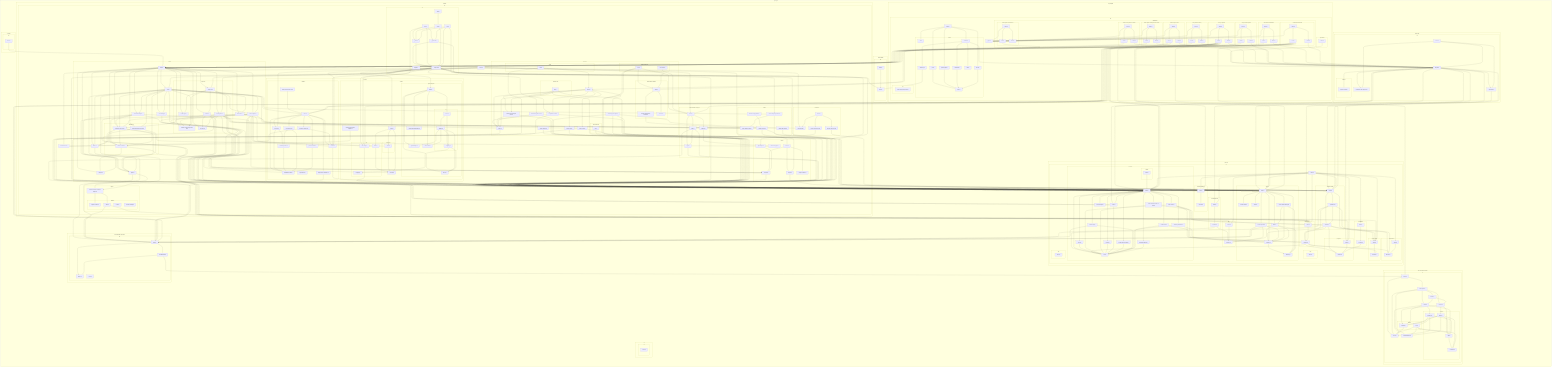
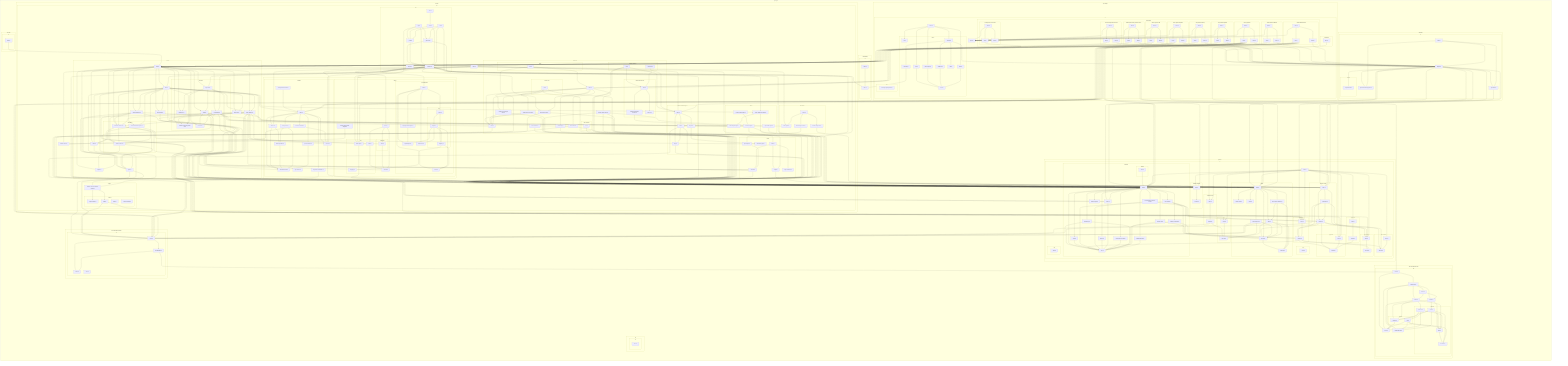
flowchart LR

subgraph 0["packages"]
subgraph 1["cli"]
subgraph 2["src"]
3["index.ts"]
end
end
subgraph 4["client-sdk"]
subgraph 5["src"]
6["firegrid.ts"]
subgraph 7["internal"]
8["projection-wait.ts"]
end
9["operations.ts"]
U["permission-auto-approve.ts"]
26["index.ts"]
end
end
subgraph A["protocol"]
subgraph B["src"]
subgraph C["session-facade"]
D["index.ts"]
H["operations.ts"]
Q["schema.ts"]
end
subgraph E["agent-output"]
F["index.ts"]
G["schema.ts"]
end
subgraph I["agent-tools"]
J["schema.ts"]
V["index.ts"]
end
subgraph K["channels"]
L["core.ts"]
W["index.ts"]
X["event.ts"]
Y["host-control.ts"]
Z["host-sessions-create-or-load.ts"]
10["human.ts"]
11["router.ts"]
12["session-agent-output.ts"]
13["session-log.ts"]
1Q["session-permission.ts"]
1R["session-self.ts"]
1S["state-changes.ts"]
1T["verified-webhook.ts"]
subgraph 47["human"]
48["index.ts"]
end
end
subgraph M["observations"]
N["schema.ts"]
4A["index.ts"]
end
subgraph O["projection"]
P["schema.ts"]
22["index.ts"]
end
subgraph R["launch"]
S["schema.ts"]
T["authority.ts"]
1U["index.ts"]
1V["control-request.ts"]
1Y["host-context-authority.ts"]
1Z["table.ts"]
20["runtime-start.ts"]
21["views.ts"]
end
subgraph 1W["otel"]
1X["row-otel.ts"]
2P["index.ts"]
end
subgraph 23["runtime-ingress"]
24["index.ts"]
25["schema.ts"]
end
subgraph 45["acp"]
46["index.ts"]
end
49["index.ts"]
subgraph 4B["operations"]
4C["index.ts"]
4D["schema.ts"]
end
subgraph 4E["verified-webhook"]
4F["index.ts"]
4G["schema.ts"]
end
subgraph 4H["mcp"]
4I["index.ts"]
end
end
end
subgraph 14["effect-durable-operators"]
subgraph 15["src"]
16["index.ts"]
17["DurableTable.ts"]
18["Errors.ts"]
27["react.ts"]
end
end
subgraph 19["effect-durable-streams"]
subgraph 1A["src"]
1B["index.ts"]
1C["errors.ts"]
1D["namespace.ts"]
1E["Bound.ts"]
1F["Reader.ts"]
subgraph 1G["internal"]
1H["schema.ts"]
1N["sse.ts"]
end
subgraph 1I["protocol"]
1J["Http.ts"]
1K["constants.ts"]
1L["Read.ts"]
1P["Producer.ts"]
end
1M["DurableStream.ts"]
1O["Writer.ts"]
end
end
subgraph 28["host-sdk"]
subgraph 29["src"]
2A["index.ts"]
end
end
subgraph 2B["runtime"]
subgraph 2C["src"]
subgraph 2D["unified"]
2E["index.ts"]
2F["adapter.ts"]
2G["channel-bindings.ts"]
2J["signal.ts"]
subgraph 2Q["subscribers"]
2R["permission-and-tool.ts"]
2T["runtime-context.ts"]
3R["scheduled-webhook-peer.ts"]
end
2S["tables.ts"]
2U["codec-adapter.ts"]
subgraph 37["mcp-host"]
38["runtime-context-mcp-base-url.ts"]
3T["mcp-host.ts"]
3U["toolkit-layer.ts"]
3V["toolkit.ts"]
3W["tool-error.ts"]
3X["tool-dispatch.ts"]
end
39["host-identity.ts"]
3A["host.ts"]
3M["observers.ts"]
end
subgraph 2H["events"]
2I["contract.ts"]
3O["index.ts"]
3P["output.ts"]
3Q["stage-contracts.ts"]
3S["webhook-crypto.ts"]
5L["agent-input.ts"]
end
subgraph 2K["engine"]
2L["durable-streams-workflow-engine.ts"]
subgraph 2M["internal"]
2N["engine-runtime.ts"]
2O["table.ts"]
5J["codec.ts"]
5K["contract-activity.ts"]
end
end
subgraph 2V["sources"]
subgraph 2W["codecs"]
subgraph 2X["acp"]
2Y["index.ts"]
4N["stdio-edge.ts"]
5W["mapping.ts"]
end
2Z["contract.ts"]
subgraph 30["stdio-jsonl"]
31["index.ts"]
end
subgraph 5N["agent-adapters"]
5O["index.ts"]
subgraph 5P["acp"]
5Q["index.ts"]
5R["adapter.ts"]
5V["mapping.ts"]
end
5S["AgentAdapter.ts"]
5T["current-turn.ts"]
5U["errors.ts"]
5X["LanguageModelAdapter.ts"]
end
5Y["index.ts"]
5Z["session-byte-stream-adapter.ts"]
end
subgraph 32["sandbox"]
33["SandboxProvider.ts"]
34["secrets.ts"]
3D["index.ts"]
3E["effect-ai.ts"]
3F["internal-provider.ts"]
3G["local-process.ts"]
3H["process-stream.ts"]
3I["runtime-command.ts"]
3K["supervisor-commands.ts"]
60["byte-stream.ts"]
61["local-process-from-env.ts"]
end
end
subgraph 35["tables"]
36["codec-adapter-tags.ts"]
3L["codec-adapter-providers.ts"]
3N["runtime-output.ts"]
4Y["output-table-layer.ts"]
62["runtime-output-public.ts"]
end
subgraph 3B["channels"]
3C["host-control.ts"]
3Y["router.ts"]
4M["host-plane-router.ts"]
4U["event-channel.ts"]
4V["index.ts"]
4W["session-agent-output-route.ts"]
4X["session-agent-output.ts"]
4Z["session-lifecycle-route.ts"]
50["session-log.ts"]
subgraph 51["observation-streams"]
52["index.ts"]
53["runtime-observation-streams.ts"]
54["sources.ts"]
end
subgraph 55["router"]
56["live.ts"]
end
subgraph 57["session-self"]
58["live.ts"]
end
subgraph 59["state-changes"]
5A["live.ts"]
end
subgraph 5B["verified-webhook"]
5C["live.ts"]
5I["source-live.ts"]
end
end
3J["runtime-errors.ts"]
subgraph 3Z["transforms"]
40["field-equals.ts"]
63["decode-ingress-row.ts"]
64["decode-output-row.ts"]
65["index.ts"]
end
subgraph 4J["bin"]
4K["_agent-cli.ts"]
4L["_compose.ts"]
4O["_main.ts"]
4P["acp.ts"]
4Q["firegrid.ts"]
4R["host.ts"]
4S["run.ts"]
4T["start.ts"]
end
subgraph 5D["verified-webhook-ingest"]
5E["index.ts"]
5F["adapter.ts"]
5G["keys.ts"]
5H["table.ts"]
end
5M["index.ts"]
end
end
subgraph 41["observability"]
subgraph 42["src"]
43["index.ts"]
44["node.ts"]
end
end
subgraph 66["tiny-firegrid"]
subgraph 67["src"]
subgraph 68["bin"]
69["fake-acp-agent-process.ts"]
end
subgraph 6A["experiment"]
6B["index.ts"]
end
6C["index.ts"]
subgraph 6D["runner"]
6E["list.ts"]
6F["perf.ts"]
6G["trace.ts"]
6H["phase1-gate.ts"]
6I["runtime.ts"]
6J["heartbeat.ts"]
6K["side.ts"]
6L["telemetry.ts"]
6M["show.ts"]
end
subgraph 6N["simulations"]
subgraph 6O["channel-completion-contracts"]
6P["driver.ts"]
6Q["host.ts"]
6R["index.ts"]
end
subgraph 6T["child-output-existing-channel-router"]
6U["driver.ts"]
6V["host.ts"]
6W["index.ts"]
end
subgraph 6X["codex-acp-tool-calls"]
6Y["driver.ts"]
6Z["host.ts"]
70["index.ts"]
end
subgraph 71["comp-derisk-ordering"]
72["driver.ts"]
73["host.ts"]
74["index.ts"]
end
subgraph 75["comp-sim-idempotent"]
76["driver.ts"]
77["host.ts"]
78["index.ts"]
end
subgraph 79["control-plane-cancel-close"]
7A["driver.ts"]
7B["host.ts"]
7C["index.ts"]
end
- subgraph 7D["factory-capstone"]
+ subgraph 7D["cross-agent-delegation"]
7E["driver.ts"]
7F["host.ts"]
7G["index.ts"]
end
- subgraph 7H["unified-kernel-validation"]
+ subgraph 7H["factory-capstone"]
7I["driver.ts"]
7J["host.ts"]
7K["index.ts"]
end
- subgraph 7L["verified-webhook-wait"]
+ subgraph 7L["unified-kernel-validation"]
7M["driver.ts"]
7N["host.ts"]
7O["index.ts"]
+ end
+ subgraph 7P["verified-webhook-wait"]
+ 7Q["driver.ts"]
+ 7R["host.ts"]
+ 7S["index.ts"]
end
end
6S["types.ts"]
end
end
end
6-->8
6-->9
6-->U
6-->V
6-->W
6-->11
6-->1U
6-->22
6-->24
6-->D
9-->D
D-->F
D-->H
D-->Q
F-->G
H-->J
H-->L
H-->N
H-->Q
J-->G
J-->L
J-->N
J-->P
Q-->F
Q-->J
Q-->S
Q-->N
Q-->P
S-->T
V-->J
W-->L
W-->X
W-->Y
W-->Z
W-->10
W-->11
W-->12
W-->13
W-->1Q
W-->1R
W-->1S
W-->1T
X-->L
Y-->J
Y-->S
Y-->Q
Y-->L
Z-->Q
Z-->L
10-->L
11-->L
12-->L
13-->L
13-->16
16-->17
16-->18
17-->18
17-->1B
1B-->1C
1B-->1D
1D-->1E
1D-->1M
1D-->1C
1D-->1F
1D-->1O
1E-->1F
1E-->1O
1F-->1H
1F-->1J
1F-->1L
1H-->1C
1J-->1K
1L-->1M
1L-->1H
1L-->1N
1L-->1K
1L-->1J
1N-->1M
1N-->1C
1N-->1K
1N-->1J
1O-->1C
1O-->1H
1O-->1J
1O-->1P
1P-->1C
1P-->1H
1P-->1J
1Q-->J
1Q-->L
1R-->S
1R-->L
1T-->L
1U-->T
1U-->1V
1U-->1Y
1U-->20
1U-->S
1U-->1Z
1U-->21
1V-->1X
1V-->S
1V-->16
1Y-->T
1Y-->S
1Y-->1Z
1Z-->1X
1Z-->T
1Z-->S
1Z-->16
22-->P
24-->25
25-->1X
25-->16
26-->6
26-->9
26-->U
2A-->2E
2E-->2F
2E-->2G
2E-->2U
2E-->39
2E-->3A
2E-->3T
2E-->38
2E-->3X
2E-->3W
2E-->3U
2E-->3V
2E-->3M
2E-->2J
2E-->2R
2E-->2T
2E-->3R
2E-->2S
2G-->2I
2G-->2J
2G-->2R
2G-->2T
2G-->V
2G-->W
2I-->F
2J-->2L
2J-->16
2L-->2N
2L-->2O
2O-->2P
2O-->16
2P-->1X
2R-->2I
2R-->2J
2R-->2S
2R-->2T
2S-->16
2T-->2F
2T-->2J
2U-->2I
2U-->2Y
2U-->2Z
2U-->31
2U-->33
2U-->34
2U-->36
2U-->2F
2U-->38
2U-->1U
2U-->D
2Y-->2Z
31-->2Z
34-->1U
39-->1U
3A-->3C
3A-->2L
3A-->3D
3A-->3L
3A-->2G
3A-->2U
3A-->39
3A-->38
3A-->3M
3A-->2J
3A-->2R
3A-->2T
3A-->3R
3A-->2S
3A-->1U
3C-->W
3C-->1U
3D-->3E
3D-->3G
3D-->3H
3D-->3I
3D-->33
3D-->34
3D-->3K
3E-->3F
3E-->33
3F-->33
3G-->3F
3G-->33
3H-->33
3I-->3J
3I-->34
3K-->16
3L-->36
3L-->1U
3M-->3N
3M-->2R
3N-->3O
3N-->1U
3O-->2I
3O-->3P
3O-->3Q
3P-->D
3R-->3S
3R-->2S
3T-->2U
3T-->38
3T-->3U
3T-->3V
3T-->1U
3V-->3W
3V-->V
3V-->22
3X-->3Y
3X-->36
3X-->40
3X-->2R
3X-->3W
3X-->V
3X-->W
3X-->1U
3Y-->11
43-->44
48-->W
49-->F
49-->V
49-->W
49-->1U
49-->4A
49-->4C
49-->2P
49-->22
49-->24
49-->D
49-->4F
4A-->N
4C-->4D
4D-->P
4F-->4G
4K-->4L
4K-->1U
4L-->4M
4L-->4N
4L-->34
4L-->3L
4L-->3A
4L-->3T
4L-->3X
4L-->44
4L-->W
4L-->1U
4L-->D
4M-->3Y
4M-->W
4M-->D
4N-->W
4O-->4L
4P-->4N
4P-->4K
4P-->4L
4P-->4O
4R-->4L
4R-->4O
4S-->4K
4S-->4L
4S-->4O
4S-->W
4T-->4R
4U-->W
4V-->3C
4V-->4M
4V-->3Y
4V-->4W
4V-->4X
4V-->4Z
4V-->50
4W-->3Y
4W-->W
4X-->4Y
4X-->W
4X-->1U
4X-->D
4Y-->1U
4Z-->3Y
4Z-->W
50-->W
52-->53
52-->54
53-->3N
56-->4V
56-->11
58-->3Y
58-->4W
58-->W
58-->1U
5A-->W
5C-->5E
5C-->52
5C-->W
5C-->4F
5E-->5F
5E-->5G
5E-->5H
5F-->3S
5G-->4F
5H-->5G
5H-->4F
5H-->16
5I-->5E
5L-->2I
5M-->52
5M-->3P
5M-->3J
5M-->5O
5M-->5Y
5M-->3E
5M-->34
5M-->40
5M-->5E
5O-->5Q
5O-->5S
5O-->5T
5O-->5U
5O-->5X
5Q-->5R
5Q-->5V
5R-->5S
5R-->5T
5R-->5U
5R-->5V
5V-->5W
5V-->5U
5X-->5S
5Y-->2Y
5Y-->2Z
5Y-->31
5Z-->3J
61-->3D
62-->3N
63-->5L
64-->D
65-->63
65-->64
65-->40
6B-->6
6C-->6E
6C-->6F
6C-->6H
6C-->6I
6C-->6M
6F-->6G
6H-->6G
6I-->6J
6I-->6K
6I-->6L
6I-->6
6J-->6G
6L-->44
6M-->6G
6P-->6
6Q-->2E
6R-->6S
6R-->6P
6R-->6Q
6U-->6
6V-->2E
6W-->6S
6W-->6U
6W-->6V
6Y-->6
6Z-->3D
6Z-->2E
70-->6S
70-->6Y
70-->6Z
72-->6
73-->2E
74-->6S
74-->72
74-->73
76-->6
77-->2E
78-->6S
78-->76
78-->77
7B-->2E
7C-->6S
7C-->7A
7C-->7B
7E-->6
- 7F-->W
- 7F-->1U
- 7F-->D
7F-->4V
- 7F-->4N
7F-->3D
- 7F-->52
7F-->2E
- 7F-->16
7G-->6S
7G-->7E
7G-->7F
7I-->6
+ 7J-->W
+ 7J-->1U
+ 7J-->D
+ 7J-->4V
+ 7J-->4N
+ 7J-->3D
+ 7J-->52
7J-->2E
+ 7J-->16
7K-->6S
7K-->7I
7K-->7J
7M-->6
- 7N-->W
- 7N-->1U
- 7N-->4F
7N-->2E
- 7N-->5E
- 7N-->16
- 7N-->1B
7O-->6S
7O-->7M
7O-->7N
+ 7Q-->6
+ 7R-->W
+ 7R-->1U
+ 7R-->4F
+ 7R-->2E
+ 7R-->5E
+ 7R-->16
+ 7R-->1B
+ 7S-->6S
+ 7S-->7Q
+ 7S-->7R
